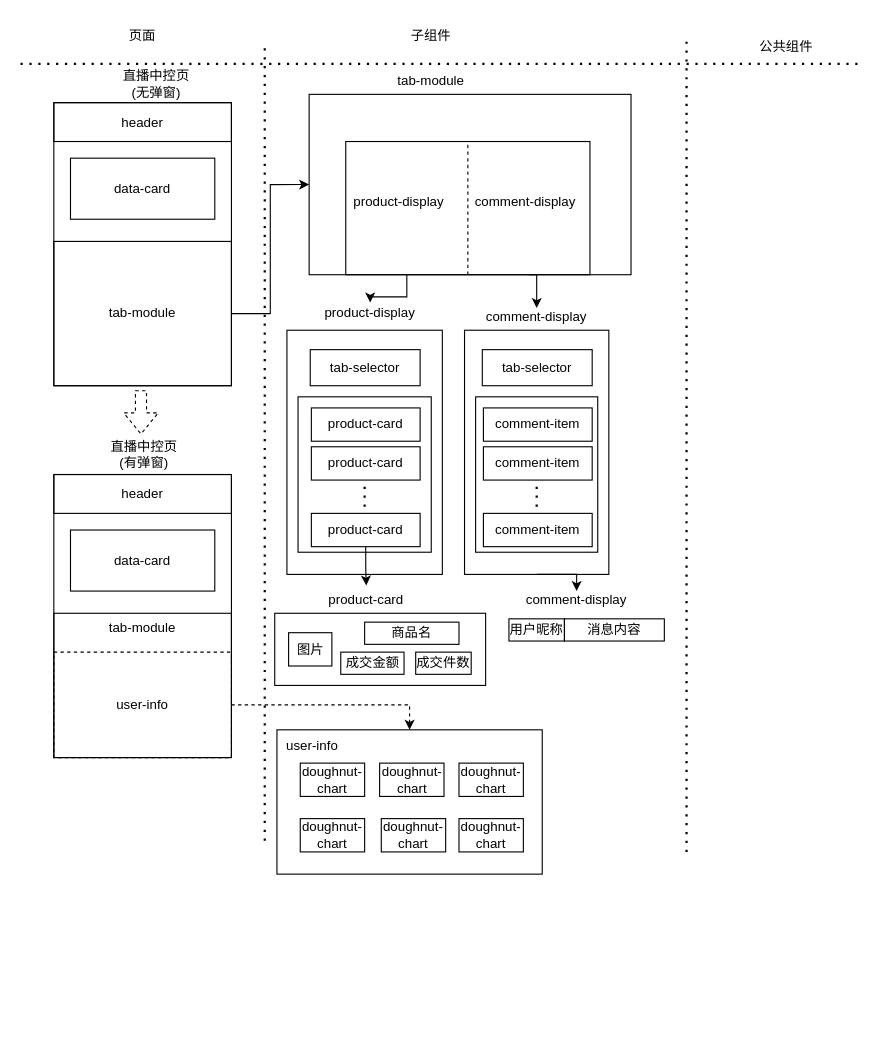
This is page "第 1 页" (1 of 4) of 未命名绘图.drawio from 632460788/gitskills, a draw.io file, before an edit. Source tidied: cells renumbered, new cells numbered last; positions are measured from the earlier drawing's top-left corner, leaving out a move shared by most shapes. Both pictures are drawn from the tidied source at 111%, with x=0, y=0 at pixel (20, 19).
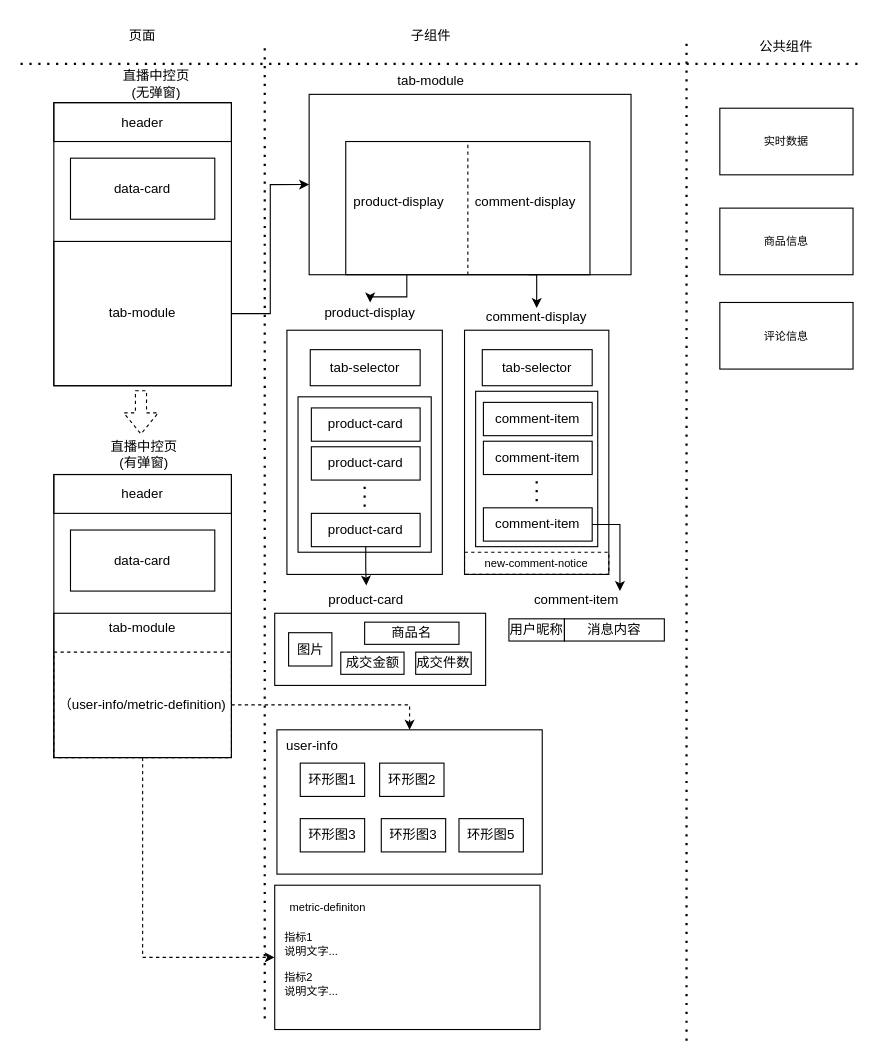
Above is the later version.

Commit message:
更新未命名绘图.drawio

Unchanged cells that the change refers to:
```xml
<mxCell id="30" style="rounded=0;whiteSpace=wrap;html=1;fillStyle=solid;fillColor=none;" parent="1" vertex="1">
  <mxGeometry x="400" y="280" width="130" height="220" as="geometry" />
</mxCell>
```

What changed in the source:
```diff
@@
     <mxCell id="8" style="endArrow=none;dashed=1;html=1;dashPattern=1 3;strokeWidth=2;rounded=0;" parent="1" edge="1">
       <mxGeometry relative="1" as="geometry">
-        <mxPoint x="220" y="740" as="sourcePoint" />
+        <mxPoint x="220" y="900" as="sourcePoint" />
         <mxPoint x="220" y="20" as="targetPoint" />
       </mxGeometry>
     </mxCell>
@@
     <mxCell id="11" style="endArrow=none;dashed=1;html=1;dashPattern=1 3;strokeWidth=2;rounded=0;" parent="1" edge="1">
       <mxGeometry relative="1" as="geometry">
-        <mxPoint x="600" y="750" as="sourcePoint" />
+        <mxPoint x="600" y="920" as="sourcePoint" />
         <mxPoint x="600" y="20" as="targetPoint" />
       </mxGeometry>
     </mxCell>
@@
-    <mxCell id="29" style="edgeStyle=orthogonalEdgeStyle;rounded=0;jettySize=auto;html=1;exitX=0.5;exitY=1;exitDx=0;exitDy=0;entryX=0.5;entryY=0;entryDx=0;entryDy=0;" parent="1" edge="1" source="30" target="44">
-      <mxGeometry relative="1" as="geometry" />
-    </mxCell>
@@
     <mxCell id="33" style="rounded=0;whiteSpace=wrap;html=1;fillStyle=solid;fillColor=none;" parent="1" vertex="1">
-      <mxGeometry x="410" y="340" width="110" height="140" as="geometry" />
+      <mxGeometry x="410" y="335" width="110" height="140" as="geometry" />
     </mxCell>
     <mxCell id="34" value="comment-item" style="rounded=0;whiteSpace=wrap;html=1;fillStyle=solid;fillColor=none;" parent="1" vertex="1">
-      <mxGeometry x="417" y="350" width="98" height="30" as="geometry" />
+      <mxGeometry x="417" y="345" width="98" height="30" as="geometry" />
     </mxCell>
     <mxCell id="35" value="comment-item" style="rounded=0;whiteSpace=wrap;html=1;fillStyle=solid;fillColor=none;" parent="1" vertex="1">
-      <mxGeometry x="417" y="385" width="98" height="30" as="geometry" />
+      <mxGeometry x="417" y="380" width="98" height="30" as="geometry" />
     </mxCell>
     <mxCell id="36" style="endArrow=none;dashed=1;html=1;dashPattern=1 3;strokeWidth=2;rounded=0;" parent="1" edge="1">
       <mxGeometry relative="1" as="geometry">
-        <mxPoint x="465" y="439" as="sourcePoint" />
-        <mxPoint x="465" y="419" as="targetPoint" />
+        <mxPoint x="465" y="434" as="sourcePoint" />
+        <mxPoint x="465" y="414" as="targetPoint" />
       </mxGeometry>
     </mxCell>
+    <mxCell id="66" style="edgeStyle=orthogonalEdgeStyle;rounded=0;jettySize=auto;html=1;exitX=1;exitY=0.5;exitDx=0;exitDy=0;entryX=0.898;entryY=0;entryDx=0;entryDy=0;entryPerimeter=0;fontSize=10;endArrow=classic;endFill=1;strokeWidth=1;" parent="1" edge="1" source="37" target="44">
+      <mxGeometry relative="1" as="geometry" />
+    </mxCell>
     <mxCell id="37" value="comment-item" style="rounded=0;whiteSpace=wrap;html=1;fillStyle=solid;fillColor=none;" parent="1" vertex="1">
-      <mxGeometry x="417" y="445" width="98" height="30" as="geometry" />
+      <mxGeometry x="417" y="440" width="98" height="30" as="geometry" />
     </mxCell>
@@
-    <mxCell id="44" value="comment-display" style="text;html=1;strokeColor=none;fillColor=none;align=center;verticalAlign=middle;whiteSpace=wrap;rounded=0;fillStyle=solid;" parent="1" vertex="1">
+    <mxCell id="44" value="comment-item" style="text;html=1;strokeColor=none;fillColor=none;align=center;verticalAlign=middle;whiteSpace=wrap;rounded=0;fillStyle=solid;" parent="1" vertex="1">
       <mxGeometry x="452" y="515" width="98" height="15" as="geometry" />
     </mxCell>
@@
+    <mxCell id="67" style="edgeStyle=orthogonalEdgeStyle;rounded=0;jettySize=auto;html=1;exitX=0.5;exitY=1;exitDx=0;exitDy=0;entryX=0;entryY=0.5;entryDx=0;entryDy=0;fontSize=10;endArrow=classic;endFill=1;strokeWidth=1;dashed=1;" parent="1" edge="1" source="55" target="69">
+      <mxGeometry relative="1" as="geometry" />
+    </mxCell>
-    <mxCell id="55" value="user-info" style="rounded=0;whiteSpace=wrap;html=1;fillStyle=solid;fillColor=none;dashed=1;" parent="1" vertex="1">
+    <mxCell id="55" value="（user-info/metric-definition)" style="rounded=0;whiteSpace=wrap;html=1;fillStyle=solid;fillColor=none;dashed=1;" parent="1" vertex="1">
       <mxGeometry x="30" y="570" width="160" height="95" as="geometry" />
     </mxCell>
@@
-    <mxCell id="60" value="doughnut-chart" style="rounded=0;whiteSpace=wrap;html=1;fillStyle=solid;fillColor=none;" parent="1" vertex="1">
+    <mxCell id="60" value="环形图1" style="rounded=0;whiteSpace=wrap;html=1;fillStyle=solid;fillColor=none;" parent="1" vertex="1">
       <mxGeometry x="252" y="670" width="58" height="30" as="geometry" />
     </mxCell>
-    <mxCell id="61" value="doughnut-chart" style="rounded=0;whiteSpace=wrap;html=1;fillStyle=solid;fillColor=none;" parent="1" vertex="1">
+    <mxCell id="61" value="环形图2" style="rounded=0;whiteSpace=wrap;html=1;fillStyle=solid;fillColor=none;" parent="1" vertex="1">
       <mxGeometry x="323.5" y="670" width="58" height="30" as="geometry" />
     </mxCell>
-    <mxCell id="62" value="doughnut-chart" style="rounded=0;whiteSpace=wrap;html=1;fillStyle=solid;fillColor=none;" parent="1" vertex="1">
+    <mxCell id="62" value="环形图3" style="rounded=0;whiteSpace=wrap;html=1;fillStyle=solid;fillColor=none;" parent="1" vertex="1">
       <mxGeometry x="252" y="720" width="58" height="30" as="geometry" />
     </mxCell>
-    <mxCell id="63" value="doughnut-chart" style="rounded=0;whiteSpace=wrap;html=1;fillStyle=solid;fillColor=none;" parent="1" vertex="1">
+    <mxCell id="63" value="环形图3" style="rounded=0;whiteSpace=wrap;html=1;fillStyle=solid;fillColor=none;" parent="1" vertex="1">
       <mxGeometry x="325" y="720" width="58" height="30" as="geometry" />
     </mxCell>
-    <mxCell id="64" value="doughnut-chart" style="rounded=0;whiteSpace=wrap;html=1;fillStyle=solid;fillColor=none;" parent="1" vertex="1">
-      <mxGeometry x="395" y="670" width="58" height="30" as="geometry" />
-    </mxCell>
-    <mxCell id="65" value="doughnut-chart" style="rounded=0;whiteSpace=wrap;html=1;fillStyle=solid;fillColor=none;" parent="1" vertex="1">
+    <mxCell id="65" value="环形图5" style="rounded=0;whiteSpace=wrap;html=1;fillStyle=solid;fillColor=none;" parent="1" vertex="1">
       <mxGeometry x="395" y="720" width="58" height="30" as="geometry" />
     </mxCell>
+    <mxCell id="68" value="new-comment-notice" style="rounded=0;whiteSpace=wrap;html=1;fontSize=10;strokeWidth=1;fillColor=none;dashed=1;" parent="1" vertex="1">
+      <mxGeometry x="400" y="480" width="130" height="20" as="geometry" />
+    </mxCell>
+    <mxCell id="69" style="rounded=0;whiteSpace=wrap;html=1;fillStyle=solid;fillColor=none;" parent="1" vertex="1">
+      <mxGeometry x="229" y="780" width="239" height="130" as="geometry" />
+    </mxCell>
+    <mxCell id="70" value="metric-definiton" style="text;html=1;strokeColor=none;fillColor=none;align=center;verticalAlign=middle;whiteSpace=wrap;rounded=0;dashed=1;fontSize=10;" parent="1" vertex="1">
+      <mxGeometry x="233" y="790" width="88" height="20" as="geometry" />
+    </mxCell>
+    <mxCell id="71" value="&lt;br&gt;指标1&lt;br&gt;说明文字...&lt;br&gt;&lt;br&gt;指标2&lt;br&gt;说明文字..." style="text;html=1;strokeColor=none;fillColor=none;spacing=5;spacingTop=-20;whiteSpace=wrap;overflow=hidden;rounded=0;dashed=1;fontSize=10;" parent="1" vertex="1">
+      <mxGeometry x="233" y="820" width="187" height="90" as="geometry" />
+    </mxCell>
+    <mxCell id="72" value="实时数据" style="rounded=0;whiteSpace=wrap;html=1;fontSize=10;strokeWidth=1;fillColor=none;" parent="1" vertex="1">
+      <mxGeometry x="630" y="80" width="120" height="60" as="geometry" />
+    </mxCell>
+    <mxCell id="73" value="商品信息" style="rounded=0;whiteSpace=wrap;html=1;fontSize=10;strokeWidth=1;fillColor=none;" parent="1" vertex="1">
+      <mxGeometry x="630" y="170" width="120" height="60" as="geometry" />
+    </mxCell>
+    <mxCell id="74" value="评论信息" style="rounded=0;whiteSpace=wrap;html=1;fontSize=10;strokeWidth=1;fillColor=none;" parent="1" vertex="1">
+      <mxGeometry x="630" y="255" width="120" height="60" as="geometry" />
+    </mxCell>
```
